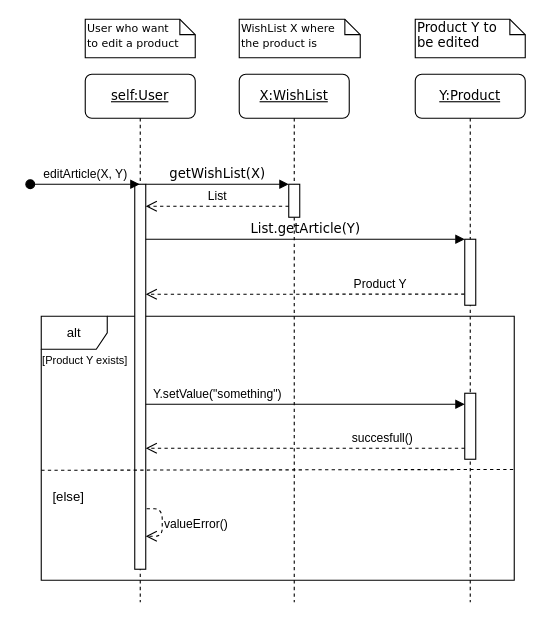
Above: Diagrammes/SequenceDiagrams/editArticle.drawio in NNepper/LSINF1225-2020-GroupeL1.1-WishList (draw.io), before the change. Source tidied: cells renumbered, new cells numbered last; positions are measured from the earlier drawing's top-left corner, leaving out a move shared by most shapes. Both pictures are drawn from the tidied source at 110%, with x=0, y=0 at pixel (30, 19).
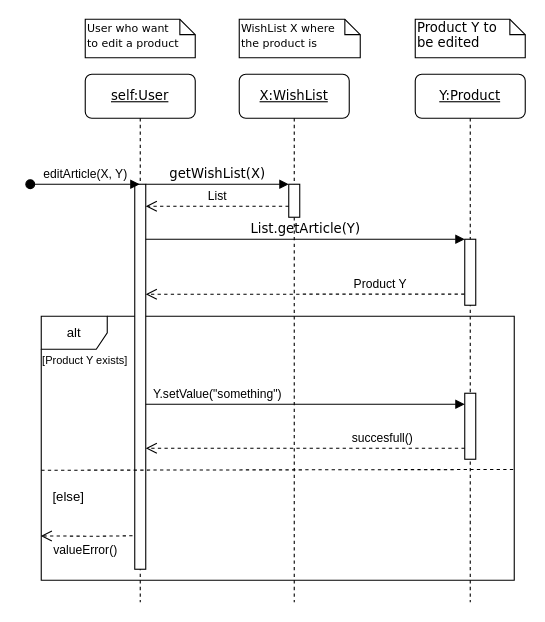
After the change.

Commit message (it also covers changes not shown here):
Correction return ValueError()

The change refers to these unchanged cells:
```xml
<mxCell id="2" value="alt" style="shape=umlFrame;whiteSpace=wrap;html=1;" parent="1" vertex="1">
  <mxGeometry x="10" y="270" width="430" height="240" as="geometry" />
</mxCell>
<mxCell id="9" style="html=1;points=[];perimeter=orthogonalPerimeter;rounded=0;shadow=0;comic=0;labelBackgroundColor=none;strokeWidth=1;fontFamily=Verdana;fontSize=12;align=center;" parent="8" vertex="1">
  <mxGeometry x="45" y="100" width="10" height="350" as="geometry" />
</mxCell>
```

Diff of the diagram source:
```diff
@@
-    <mxCell id="19" value="valueError()" style="html=1;verticalAlign=top;endArrow=open;dashed=1;endSize=8;exitX=1.079;exitY=0.843;exitDx=0;exitDy=0;exitPerimeter=0;labelPosition=right;verticalLabelPosition=bottom;align=left;labelBackgroundColor=none;" parent="1" edge="1" source="9">
-      <mxGeometry x="-0.46" relative="1" as="geometry">
-        <mxPoint x="105" y="470" as="targetPoint" />
+    <mxCell id="19" value="valueError()" style="html=1;verticalAlign=top;endArrow=open;dashed=1;endSize=8;labelPosition=center;verticalLabelPosition=bottom;align=center;labelBackgroundColor=none;entryX=-0.001;entryY=0.832;entryDx=0;entryDy=0;entryPerimeter=0;exitX=-0.2;exitY=0.913;exitDx=0;exitDy=0;exitPerimeter=0;" parent="1" edge="1" source="9" target="2">
+      <mxGeometry x="0.03" relative="1" as="geometry">
         <Array as="points">
-          <mxPoint x="120" y="445" />
-          <mxPoint x="120" y="470" />
+          <mxPoint x="60" y="470" />
         </Array>
       </mxGeometry>
     </mxCell>
```
